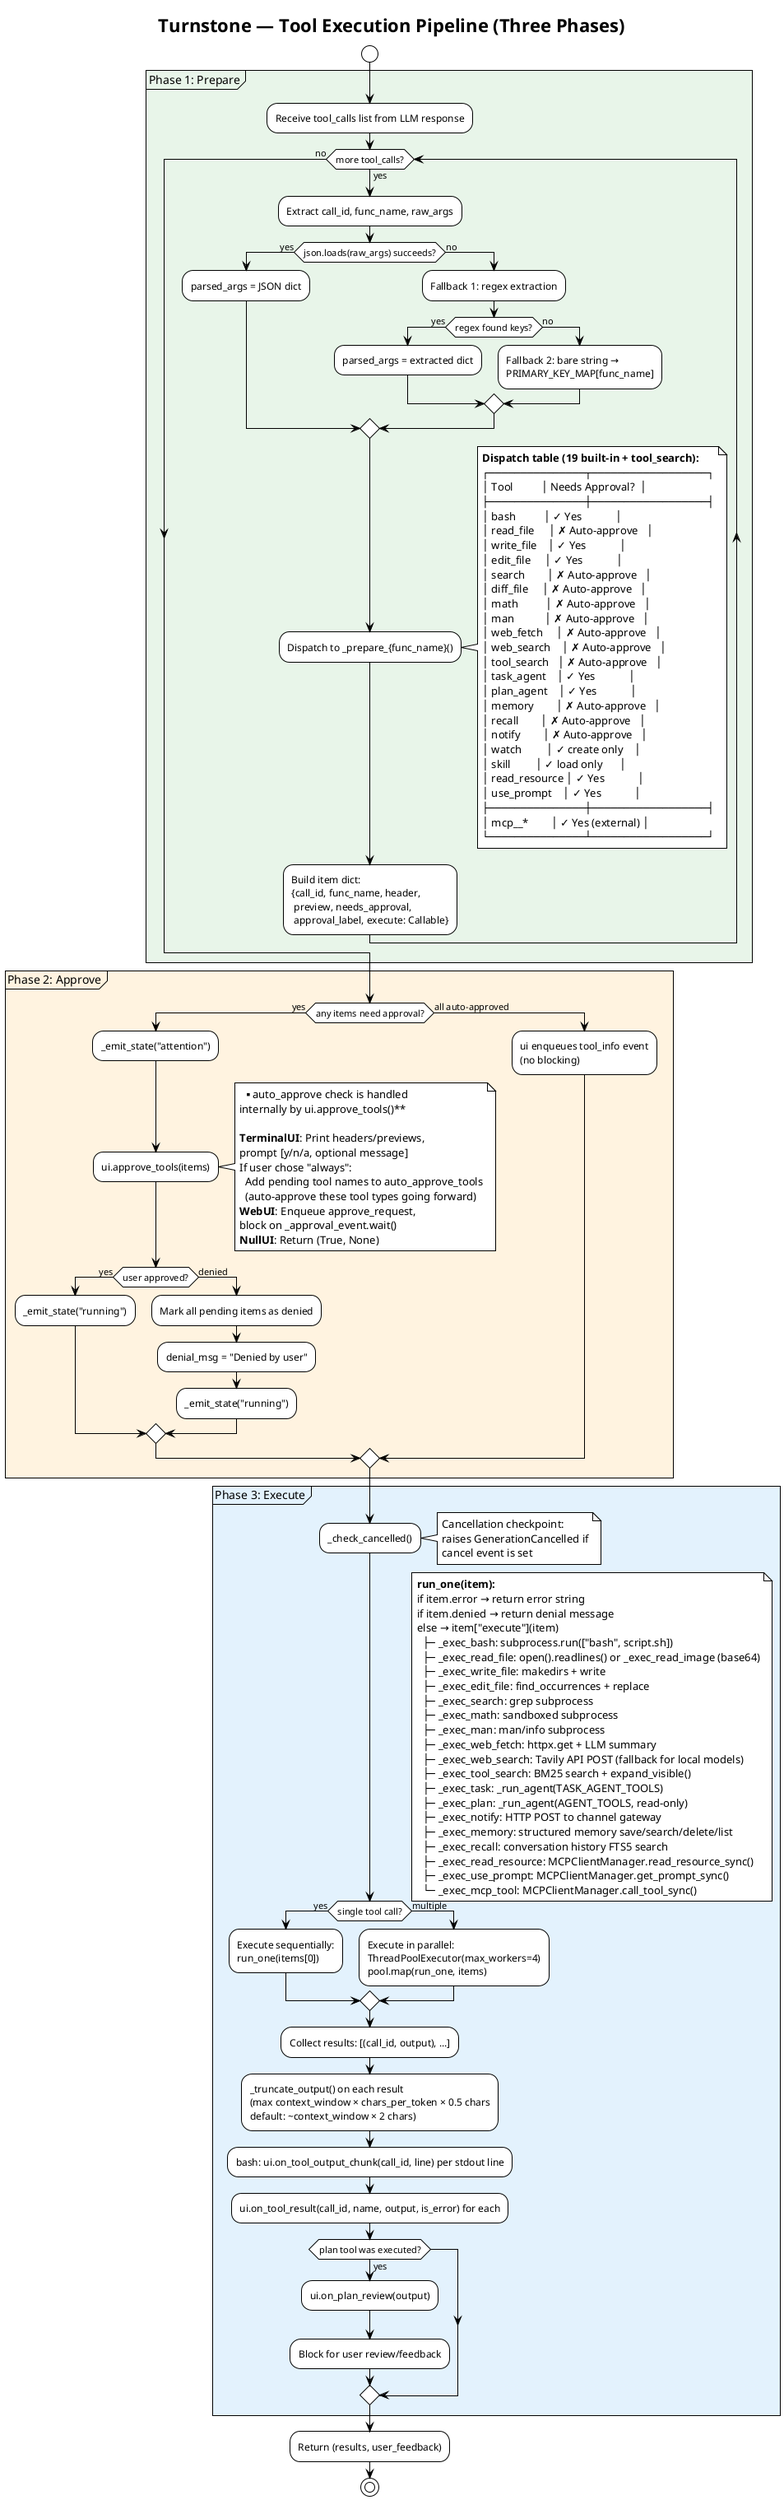
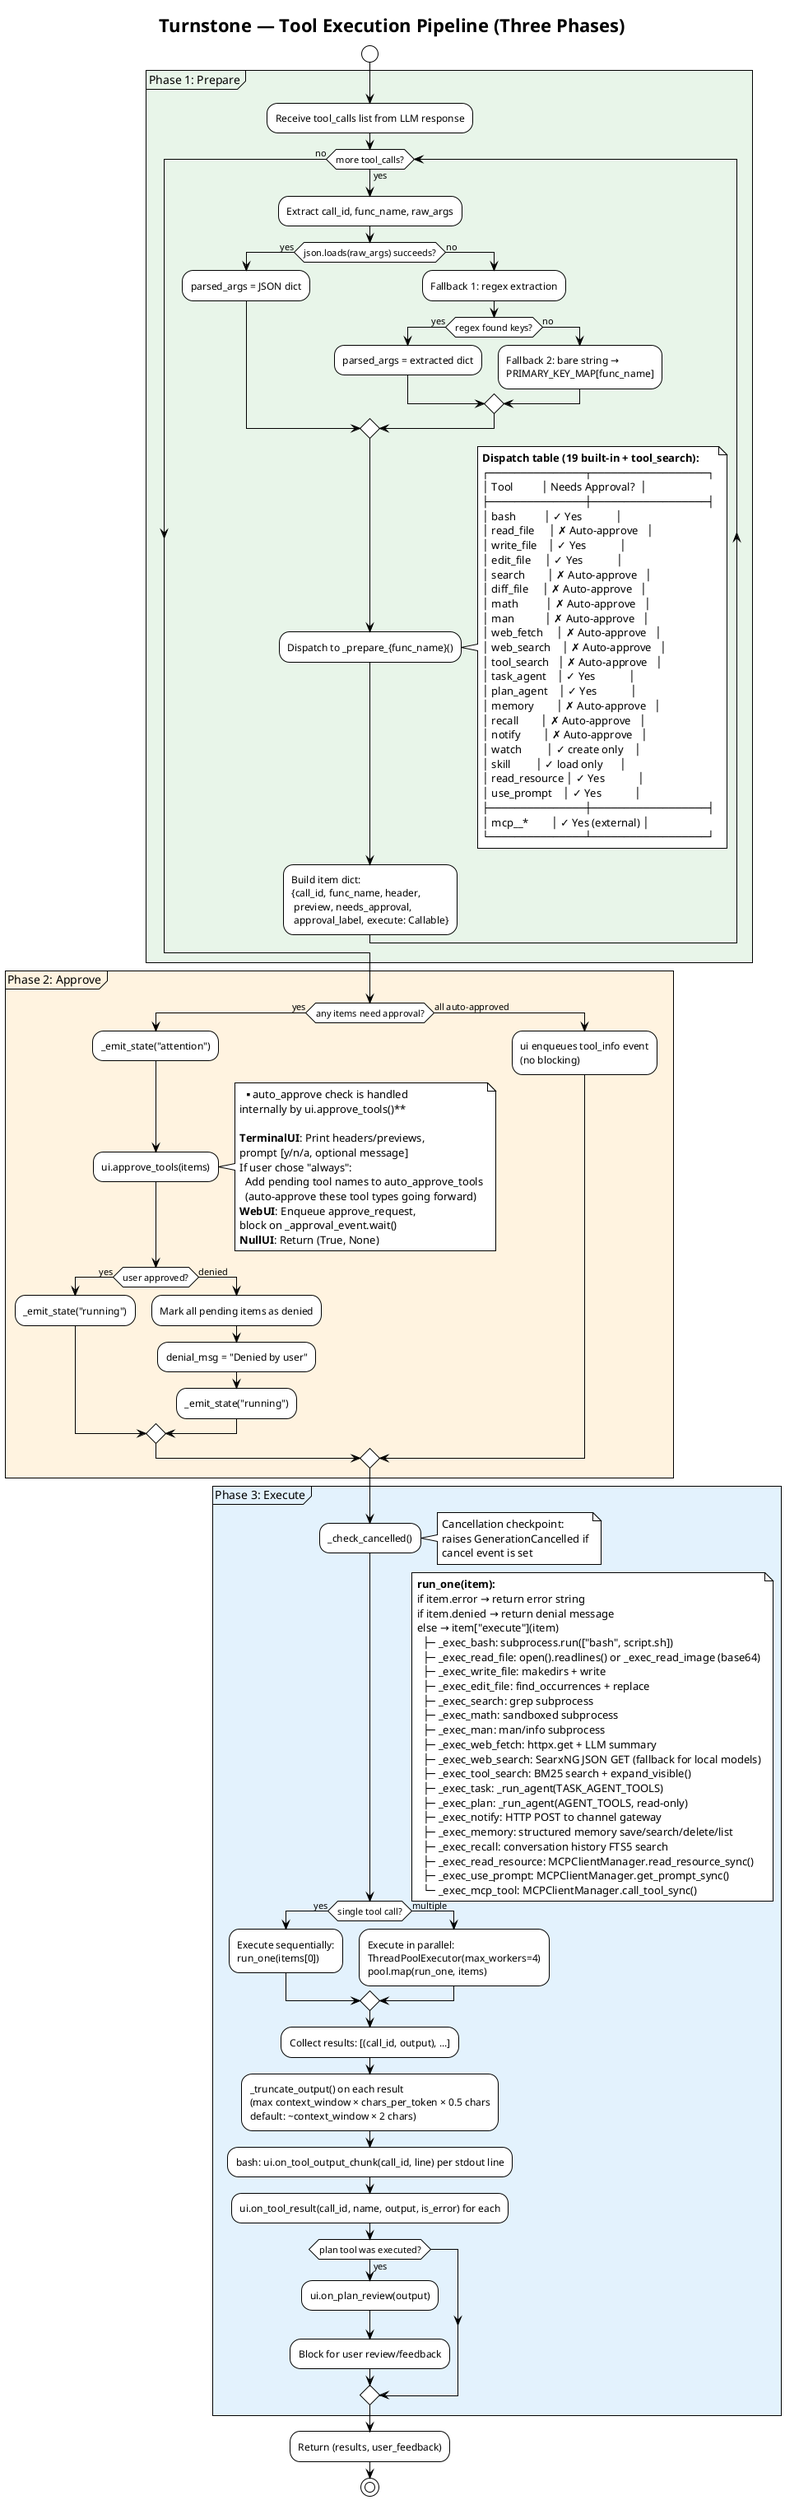
@startuml
!theme plain
title Turnstone — Tool Execution Pipeline (Three Phases)

start

partition "Phase 1: Prepare" #E8F5E9 {
    :Receive tool_calls list from LLM response;

    while (more tool_calls?) is (yes)
        :Extract call_id, func_name, raw_args;

        if (json.loads(raw_args) succeeds?) then (yes)
            :parsed_args = JSON dict;
        else (no)
            :Fallback 1: regex extraction;
            if (regex found keys?) then (yes)
                :parsed_args = extracted dict;
            else (no)
                :Fallback 2: bare string →\nPRIMARY_KEY_MAP[func_name];
            endif
        endif

        :Dispatch to _prepare_{func_name}();

        note right
            **Dispatch table (19 built-in + tool_search):**
            ┌───────────────┬──────────────────┐
            │ Tool          │ Needs Approval?  │
            ├───────────────┼──────────────────┤
            │ bash          │ ✓ Yes            │
            │ read_file     │ ✗ Auto-approve   │
            │ write_file    │ ✓ Yes            │
            │ edit_file     │ ✓ Yes            │
            │ search        │ ✗ Auto-approve   │
            │ diff_file     │ ✗ Auto-approve   │
            │ math          │ ✗ Auto-approve   │
            │ man           │ ✗ Auto-approve   │
            │ web_fetch     │ ✗ Auto-approve   │
            │ web_search    │ ✗ Auto-approve   │
            │ tool_search   │ ✗ Auto-approve   │
            │ task_agent    │ ✓ Yes            │
            │ plan_agent    │ ✓ Yes            │
            │ memory        │ ✗ Auto-approve   │
            │ recall        │ ✗ Auto-approve   │
            │ notify        │ ✗ Auto-approve   │
            │ watch         │ ✓ create only    │
            │ skill         │ ✓ load only      │
            │ read_resource │ ✓ Yes            │
            │ use_prompt    │ ✓ Yes            │
            ├───────────────┼──────────────────┤
            │ mcp__*        │ ✓ Yes (external) │
            └───────────────┴──────────────────┘
        end note

        :Build item dict:
        {call_id, func_name, header,
         preview, needs_approval,
         approval_label, execute: Callable};
    endwhile (no)
}

partition "Phase 2: Approve" #FFF3E0 {
    if (any items need approval?) then (yes)
        :_emit_state("attention");
        :ui.approve_tools(items);

        note right
            **auto_approve check is handled
            internally by ui.approve_tools()**

            **TerminalUI**: Print headers/previews,
            prompt [y/n/a, optional message]
            If user chose "always":
              Add pending tool names to auto_approve_tools
              (auto-approve these tool types going forward)
            **WebUI**: Enqueue approve_request,
            block on _approval_event.wait()
            **NullUI**: Return (True, None)
        end note

        if (user approved?) then (yes)
            :_emit_state("running");
        else (denied)
            :Mark all pending items as denied;
            :denial_msg = "Denied by user";
            :_emit_state("running");
        endif
    else (all auto-approved)
        :ui enqueues tool_info event\n(no blocking);
    endif
}

partition "Phase 3: Execute" #E3F2FD {
    :_check_cancelled();
    note right: Cancellation checkpoint:\nraises GenerationCancelled if\ncancel event is set
    if (single tool call?) then (yes)
        :Execute sequentially:\nrun_one(items[0]);
    else (multiple)
        :Execute in parallel:\nThreadPoolExecutor(max_workers=4)\npool.map(run_one, items);
    endif

    note right
        **run_one(item):**
        if item.error → return error string
        if item.denied → return denial message
        else → item["execute"](item)
          ├─ _exec_bash: subprocess.run(["bash", script.sh])
          ├─ _exec_read_file: open().readlines() or _exec_read_image (base64)
          ├─ _exec_write_file: makedirs + write
          ├─ _exec_edit_file: find_occurrences + replace
          ├─ _exec_search: grep subprocess
          ├─ _exec_math: sandboxed subprocess
          ├─ _exec_man: man/info subprocess
          ├─ _exec_web_fetch: httpx.get + LLM summary
-           ├─ _exec_web_search: Tavily API POST (fallback for local models)
+           ├─ _exec_web_search: SearxNG JSON GET (fallback for local models)
          ├─ _exec_tool_search: BM25 search + expand_visible()
          ├─ _exec_task: _run_agent(TASK_AGENT_TOOLS)
          ├─ _exec_plan: _run_agent(AGENT_TOOLS, read-only)
          ├─ _exec_notify: HTTP POST to channel gateway
          ├─ _exec_memory: structured memory save/search/delete/list
          ├─ _exec_recall: conversation history FTS5 search
          ├─ _exec_read_resource: MCPClientManager.read_resource_sync()
          ├─ _exec_use_prompt: MCPClientManager.get_prompt_sync()
          └─ _exec_mcp_tool: MCPClientManager.call_tool_sync()
    end note

    :Collect results: [(call_id, output), ...];

    :_truncate_output() on each result\n(max context_window × chars_per_token × 0.5 chars\ndefault: ~context_window × 2 chars);

    :bash: ui.on_tool_output_chunk(call_id, line) per stdout line;
    :ui.on_tool_result(call_id, name, output, is_error) for each;

    if (plan tool was executed?) then (yes)
        :ui.on_plan_review(output);
        :Block for user review/feedback;
    endif
}

:Return (results, user_feedback);

stop

@enduml
